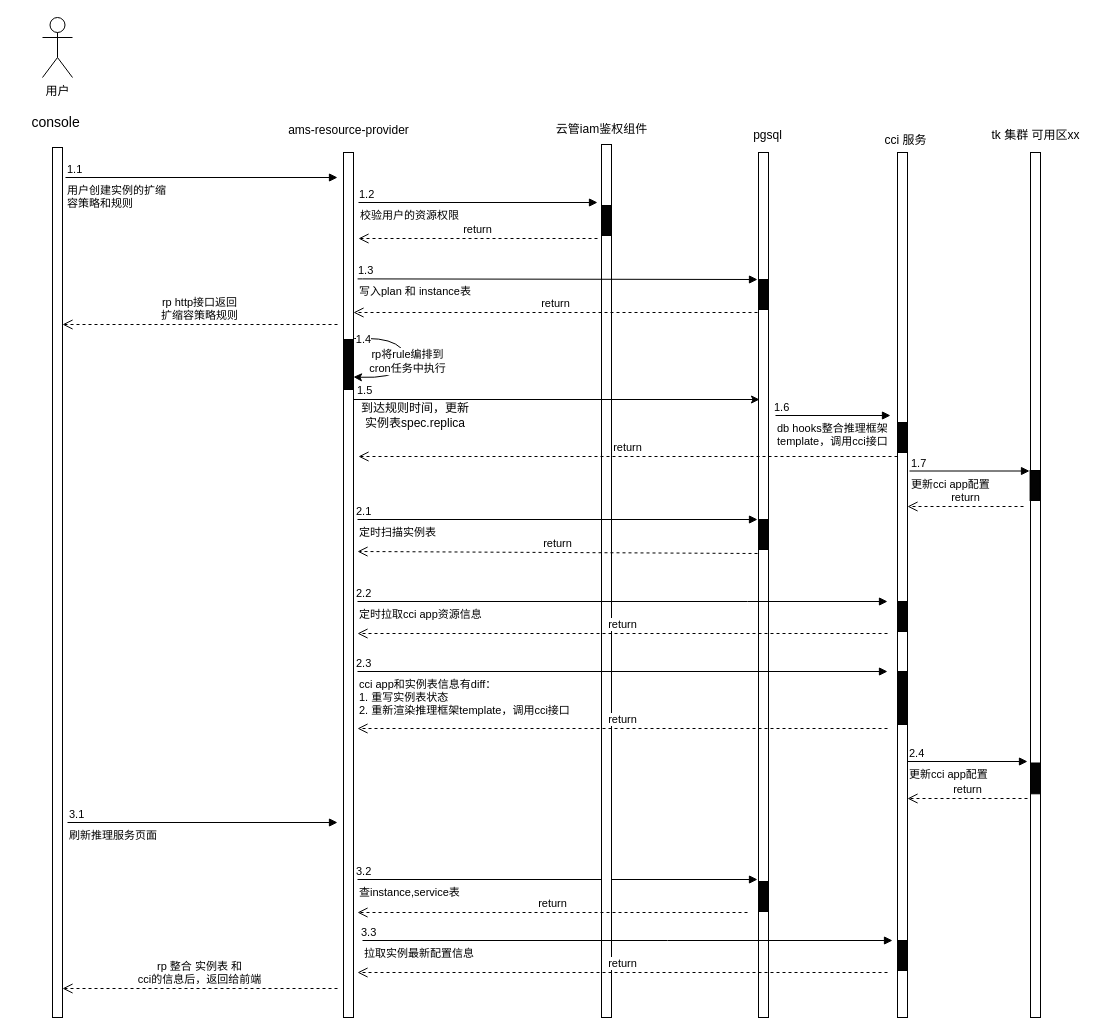
Earlier version of the draw.io diagram 定时扩缩容流程图.drawio (wangshujuan/PostImage). Source tidied: cells renumbered, new cells numbered last; positions are measured from the earlier drawing's top-left corner, leaving out a move shared by most shapes. Both pictures are drawn from the tidied source at 100%, with x=0, y=0 at pixel (17, 17).
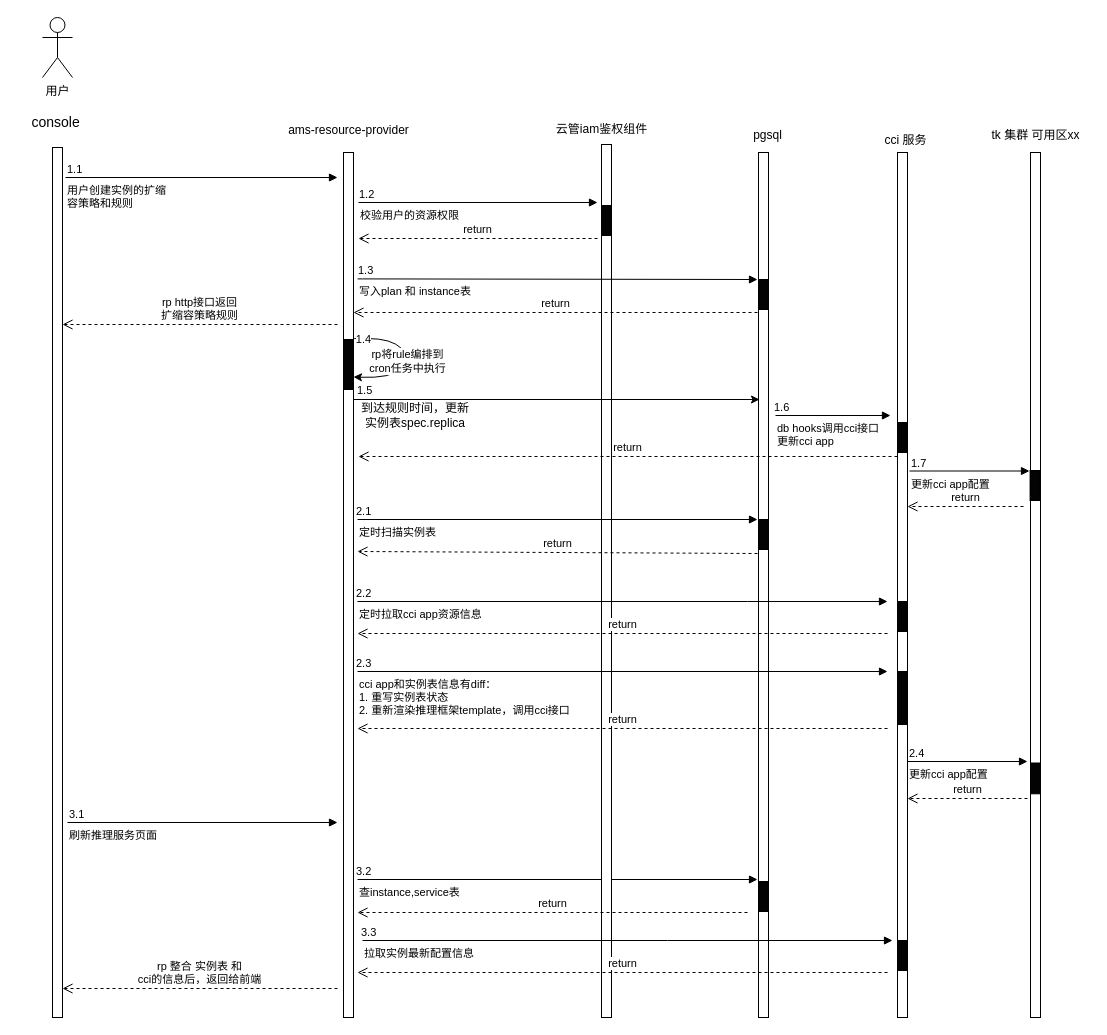
The same diagram, later.

Commit message:
更新定时扩缩容流程图.drawio

Change to the diagram source:
```diff
@@
-    <mxCell id="60" value="db hooks整合推理框架&lt;br&gt;template，调用cci接口&amp;nbsp;" style="endArrow=block;endFill=1;html=1;edgeStyle=orthogonalEdgeStyle;align=left;verticalAlign=top;rounded=0;" parent="1" edge="1">
+    <mxCell id="60" value="db hooks调用cci接口&lt;br&gt;更新cci app" style="endArrow=block;endFill=1;html=1;edgeStyle=orthogonalEdgeStyle;align=left;verticalAlign=top;rounded=0;" parent="1" edge="1">
       <mxGeometry x="-1" relative="1" as="geometry">
         <mxPoint x="758" y="398" as="sourcePoint" />
         <mxPoint x="873" y="398" as="targetPoint" />
       </mxGeometry>
     </mxCell>
```
